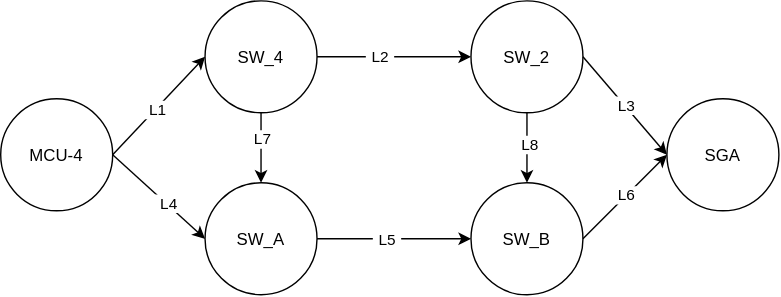
Before: Figs/CB-dualhome.svg, a diagram exported from draw.io (Fre-Ar/RSIS). Source tidied: cells renumbered, new cells last; positions are measured from the earlier drawing's top-left corner, leaving out a move shared by most shapes.
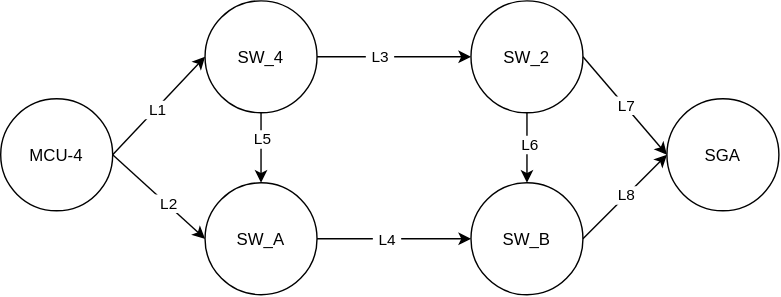
The same file after the commit.

What changed in the source:
```diff
@@ -26,25 +26,25 @@
     <mxCell id="9" style="endArrow=classic;html=1;rounded=0;defaultLabelBackgroundColor=page;labelPadding=0 4;exitX=1;exitY=0.5;exitDx=0;exitDy=0;entryX=0;entryY=0.5;entryDx=0;entryDy=0;" parent="1" edge="1" source="3" target="4">
       <mxGeometry relative="1" as="geometry" />
     </mxCell>
-    <mxCell id="10" value="L2" style="edgeLabel;html=1;align=center;verticalAlign=middle;inheritText=1;defaultLabelBackgroundColor=page;labelPadding=0 4;" parent="9" vertex="1">
+    <mxCell id="10" value="L3" style="edgeLabel;html=1;align=center;verticalAlign=middle;inheritText=1;defaultLabelBackgroundColor=page;labelPadding=0 4;" parent="9" vertex="1">
       <mxGeometry x="-0.2" y="1" relative="1" as="geometry" />
     </mxCell>
     <mxCell id="11" style="endArrow=classic;html=1;rounded=0;defaultLabelBackgroundColor=page;labelPadding=0 4;exitX=1;exitY=0.5;exitDx=0;exitDy=0;entryX=0;entryY=0.5;entryDx=0;entryDy=0;" parent="1" edge="1" source="4" target="6">
       <mxGeometry relative="1" as="geometry" />
     </mxCell>
-    <mxCell id="12" value="L3" style="edgeLabel;html=1;align=center;verticalAlign=middle;inheritText=1;defaultLabelBackgroundColor=page;labelPadding=0 4;" parent="11" vertex="1">
+    <mxCell id="12" value="L7" style="edgeLabel;html=1;align=center;verticalAlign=middle;inheritText=1;defaultLabelBackgroundColor=page;labelPadding=0 4;" parent="11" vertex="1">
       <mxGeometry y="1" relative="1" as="geometry" />
     </mxCell>
     <mxCell id="13" style="endArrow=classic;html=1;rounded=0;defaultLabelBackgroundColor=page;labelPadding=0 4;exitX=1;exitY=0.5;exitDx=0;exitDy=0;entryX=0;entryY=0.5;entryDx=0;entryDy=0;" parent="1" edge="1" source="5" target="6">
       <mxGeometry relative="1" as="geometry" />
     </mxCell>
-    <mxCell id="14" value="L6" style="edgeLabel;html=1;align=center;verticalAlign=middle;inheritText=1;defaultLabelBackgroundColor=page;labelPadding=0 4;" parent="13" vertex="1">
+    <mxCell id="14" value="L8" style="edgeLabel;html=1;align=center;verticalAlign=middle;inheritText=1;defaultLabelBackgroundColor=page;labelPadding=0 4;" parent="13" vertex="1">
       <mxGeometry x="0.04" y="1" relative="1" as="geometry" />
     </mxCell>
     <mxCell id="15" style="endArrow=classic;html=1;rounded=0;defaultLabelBackgroundColor=page;labelPadding=0 4;exitX=0.5;exitY=1;exitDx=0;exitDy=0;entryX=0.5;entryY=0;entryDx=0;entryDy=0;" parent="1" edge="1" source="3" target="17">
       <mxGeometry relative="1" as="geometry" />
     </mxCell>
-    <mxCell id="16" value="L7" style="edgeLabel;html=1;align=center;verticalAlign=middle;inheritText=1;defaultLabelBackgroundColor=page;labelPadding=0 4;" parent="15" vertex="1">
+    <mxCell id="16" value="L5" style="edgeLabel;html=1;align=center;verticalAlign=middle;inheritText=1;defaultLabelBackgroundColor=page;labelPadding=0 4;" parent="15" vertex="1">
       <mxGeometry x="-0.28" relative="1" as="geometry" />
     </mxCell>
     <mxCell id="17" value="SW_A" style="ellipse;whiteSpace=wrap;html=1;shapeInside=1;" parent="1" vertex="1">
@@ -53,19 +53,19 @@
     <mxCell id="18" style="endArrow=classic;html=1;rounded=0;defaultLabelBackgroundColor=page;labelPadding=0 4;exitX=1;exitY=0.5;exitDx=0;exitDy=0;entryX=0;entryY=0.5;entryDx=0;entryDy=0;" parent="1" edge="1" source="2" target="17">
       <mxGeometry relative="1" as="geometry" />
     </mxCell>
-    <mxCell id="19" value="L4" style="edgeLabel;html=1;align=center;verticalAlign=middle;inheritText=1;defaultLabelBackgroundColor=page;labelPadding=0 4;" parent="18" vertex="1">
+    <mxCell id="19" value="L2" style="edgeLabel;html=1;align=center;verticalAlign=middle;inheritText=1;defaultLabelBackgroundColor=page;labelPadding=0 4;" parent="18" vertex="1">
       <mxGeometry x="0.19" y="1" relative="1" as="geometry" />
     </mxCell>
     <mxCell id="20" style="endArrow=classic;html=1;rounded=0;defaultLabelBackgroundColor=page;labelPadding=0 4;exitX=1;exitY=0.5;exitDx=0;exitDy=0;entryX=0;entryY=0.5;entryDx=0;entryDy=0;" parent="1" edge="1" source="17" target="5">
       <mxGeometry relative="1" as="geometry" />
     </mxCell>
-    <mxCell id="21" value="L5" style="edgeLabel;html=1;align=center;verticalAlign=middle;inheritText=1;defaultLabelBackgroundColor=page;labelPadding=0 4;" parent="20" vertex="1">
+    <mxCell id="21" value="L4" style="edgeLabel;html=1;align=center;verticalAlign=middle;inheritText=1;defaultLabelBackgroundColor=page;labelPadding=0 4;" parent="20" vertex="1">
       <mxGeometry x="-0.11" relative="1" as="geometry" />
     </mxCell>
     <mxCell id="22" style="endArrow=classic;html=1;rounded=0;defaultLabelBackgroundColor=page;labelPadding=0 4;exitX=0.5;exitY=1;exitDx=0;exitDy=0;entryX=0.5;entryY=0;entryDx=0;entryDy=0;" parent="1" edge="1" source="4" target="5">
       <mxGeometry relative="1" as="geometry" />
     </mxCell>
-    <mxCell id="23" value="L8" style="edgeLabel;html=1;align=center;verticalAlign=middle;inheritText=1;defaultLabelBackgroundColor=page;labelPadding=0 4;" parent="22" vertex="1">
+    <mxCell id="23" value="L6" style="edgeLabel;html=1;align=center;verticalAlign=middle;inheritText=1;defaultLabelBackgroundColor=page;labelPadding=0 4;" parent="22" vertex="1">
       <mxGeometry x="-0.11" y="1" relative="1" as="geometry" />
     </mxCell>
   </root>
```
